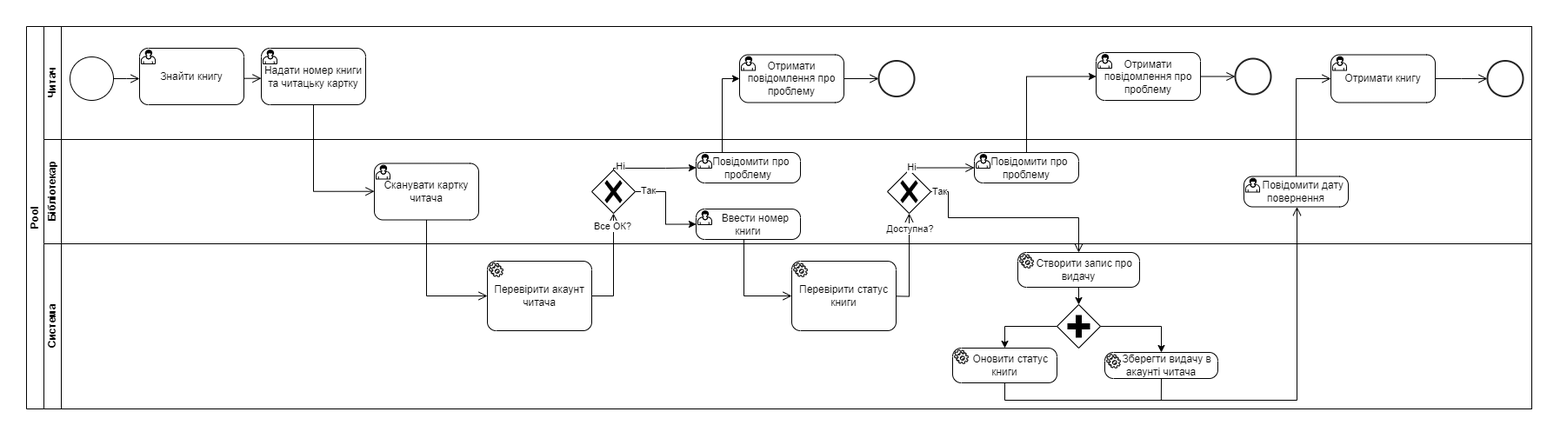
The draw.io diagram Lab4/BPMN.png in DenysP21/Labs_KPI_2, before a commit. Source tidied: cells renumbered, new cells last; positions are measured from the earlier drawing's top-left corner, leaving out a move shared by most shapes.
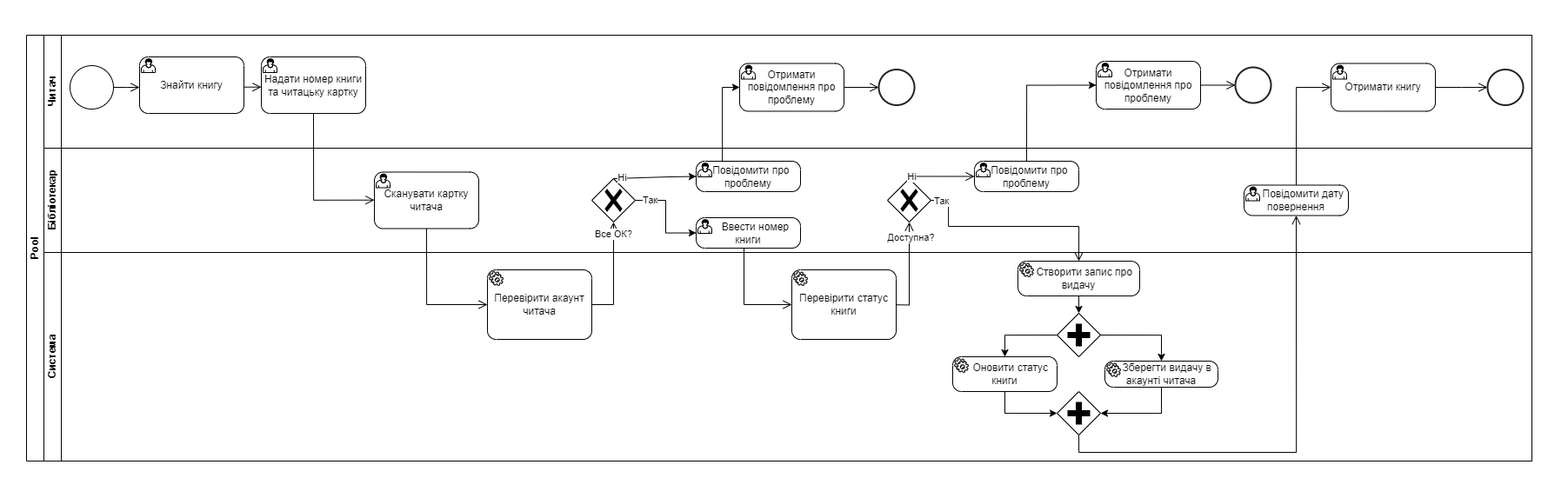
The same file after the commit.

What changed in the source:
```diff
@@ -2,40 +2,40 @@
   <root>
     <mxCell id="0" />
     <mxCell id="1" parent="0" />
-    <mxCell id="2" style="endArrow=none;html=1;rounded=0;strokeColor=#ffffff;" parent="1" edge="1">
-      <mxGeometry relative="1" as="geometry">
-        <mxPoint y="50" as="sourcePoint" />
-        <mxPoint x="50" as="targetPoint" />
-      </mxGeometry>
-    </mxCell>
-    <mxCell id="3" style="endArrow=none;html=1;rounded=0;strokeColor=#ffffff;" parent="1" edge="1">
-      <mxGeometry relative="1" as="geometry">
-        <mxPoint x="1750" y="510" as="sourcePoint" />
-        <mxPoint x="1800" y="460" as="targetPoint" />
-      </mxGeometry>
-    </mxCell>
+    <mxCell id="58" style="endArrow=none;html=1;rounded=0;strokeColor=#ffffff;" parent="1" edge="1">
+      <mxGeometry relative="1" as="geometry">
+        <mxPoint y="40" as="sourcePoint" />
+        <mxPoint x="50" y="-10" as="targetPoint" />
+      </mxGeometry>
+    </mxCell>
+    <mxCell id="59" style="endArrow=none;html=1;rounded=0;strokeColor=#ffffff;" parent="1" edge="1">
+      <mxGeometry relative="1" as="geometry">
+        <mxPoint x="1750" y="560" as="sourcePoint" />
+        <mxPoint x="1800" y="510" as="targetPoint" />
+      </mxGeometry>
+    </mxCell>
     <mxCell id="4" value="Pool" style="swimlane;horizontal=0;startSize=20;html=1;" parent="1" vertex="1">
-      <mxGeometry x="30" y="30" width="1731" height="440" as="geometry" />
+      <mxGeometry x="30" y="30" width="1731" height="490" as="geometry" />
     </mxCell>
     <mxCell id="5" value="Читач" style="swimlane;startSize=20;horizontal=0;html=1;" parent="4" vertex="1">
       <mxGeometry x="20" width="1711" height="130" as="geometry" />
     </mxCell>
-    <mxCell id="6" style="edgeStyle=orthogonalEdgeStyle;html=1;verticalAlign=bottom;endArrow=open;endSize=8;strokeColor=#000000;rounded=0;exitX=1;exitY=0.5;exitDx=0;exitDy=0;exitPerimeter=0;" parent="5" edge="1" source="10">
-      <mxGeometry relative="1" as="geometry">
-        <mxPoint x="110" y="60" as="targetPoint" />
-      </mxGeometry>
-    </mxCell>
-    <mxCell id="7" style="edgeStyle=orthogonalEdgeStyle;html=1;verticalAlign=bottom;endArrow=open;endSize=8;strokeColor=#000000;rounded=0;" parent="5" edge="1">
-      <mxGeometry relative="1" as="geometry">
-        <mxPoint x="210" y="59.7" as="sourcePoint" />
-        <mxPoint x="250" y="59.7" as="targetPoint" />
-      </mxGeometry>
-    </mxCell>
-    <mxCell id="8" style="edgeStyle=orthogonalEdgeStyle;html=1;verticalAlign=bottom;endArrow=open;endSize=8;strokeColor=#000000;rounded=0;exitX=1;exitY=0.5;exitDx=0;exitDy=0;exitPerimeter=0;" parent="5" edge="1" source="19">
-      <mxGeometry relative="1" as="geometry">
-        <mxPoint x="1660" y="60" as="targetPoint" />
-      </mxGeometry>
-    </mxCell>
+    <mxCell id="60" style="edgeStyle=orthogonalEdgeStyle;html=1;verticalAlign=bottom;endArrow=open;endSize=8;strokeColor=#000000;rounded=0;exitX=1;exitY=0.5;exitDx=0;exitDy=0;exitPerimeter=0;" parent="5" edge="1" source="10">
+      <mxGeometry relative="1" as="geometry">
+        <mxPoint x="110" y="60" as="targetPoint" />
+      </mxGeometry>
+    </mxCell>
+    <mxCell id="61" style="edgeStyle=orthogonalEdgeStyle;html=1;verticalAlign=bottom;endArrow=open;endSize=8;strokeColor=#000000;rounded=0;" parent="5" edge="1">
+      <mxGeometry relative="1" as="geometry">
+        <mxPoint x="210" y="59.7" as="sourcePoint" />
+        <mxPoint x="250" y="59.7" as="targetPoint" />
+      </mxGeometry>
+    </mxCell>
+    <mxCell id="62" style="edgeStyle=orthogonalEdgeStyle;html=1;verticalAlign=bottom;endArrow=open;endSize=8;strokeColor=#000000;rounded=0;exitX=1;exitY=0.5;exitDx=0;exitDy=0;exitPerimeter=0;" parent="5" edge="1" source="19">
+      <mxGeometry relative="1" as="geometry">
+        <mxPoint x="1660" y="60" as="targetPoint" />
+      </mxGeometry>
+    </mxCell>
     <mxCell id="9" style="edgeStyle=orthogonalEdgeStyle;html=1;verticalAlign=bottom;endArrow=open;endSize=8;strokeColor=#000000;rounded=0;entryX=0;entryY=0.5;entryDx=0;entryDy=0;entryPerimeter=0;exitX=1;exitY=0.5;exitDx=0;exitDy=0;exitPerimeter=0;" parent="5" edge="1" source="13" target="14">
       <mxGeometry relative="1" as="geometry" />
     </mxCell>
@@ -72,20 +72,20 @@
     <mxCell id="20" value="Бібліотекар" style="swimlane;startSize=20;horizontal=0;html=1;" parent="4" vertex="1">
       <mxGeometry x="20" y="130" width="1711" height="120" as="geometry" />
     </mxCell>
-    <mxCell id="21" style="edgeStyle=orthogonalEdgeStyle;html=1;verticalAlign=bottom;endArrow=open;endSize=8;strokeColor=#000000;rounded=0;exitX=0.5;exitY=1;exitDx=0;exitDy=0;exitPerimeter=0;" parent="20" edge="1" source="12">
-      <mxGeometry relative="1" as="geometry">
-        <mxPoint x="380" y="59.7" as="targetPoint" />
-        <Array as="points">
-          <mxPoint x="310" y="60" />
-        </Array>
-      </mxGeometry>
-    </mxCell>
-    <mxCell id="22" style="edgeStyle=orthogonalEdgeStyle;html=1;verticalAlign=bottom;endArrow=open;endSize=8;strokeColor=#000000;rounded=0;exitX=1;exitY=0.5;exitDx=0;exitDy=0;entryX=0.5;entryY=1;entryDx=0;entryDy=0;entryPerimeter=0;" parent="20" edge="1" target="32">
-      <mxGeometry relative="1" as="geometry">
-        <mxPoint x="960" y="180" as="sourcePoint" />
-      </mxGeometry>
-    </mxCell>
+    <mxCell id="63" style="edgeStyle=orthogonalEdgeStyle;html=1;verticalAlign=bottom;endArrow=open;endSize=8;strokeColor=#000000;rounded=0;exitX=0.5;exitY=1;exitDx=0;exitDy=0;exitPerimeter=0;" parent="20" edge="1" source="12">
+      <mxGeometry relative="1" as="geometry">
+        <mxPoint x="380" y="59.7" as="targetPoint" />
+        <Array as="points">
+          <mxPoint x="310" y="60" />
+        </Array>
+      </mxGeometry>
+    </mxCell>
+    <mxCell id="64" style="edgeStyle=orthogonalEdgeStyle;html=1;verticalAlign=bottom;endArrow=open;endSize=8;strokeColor=#000000;rounded=0;exitX=1;exitY=0.5;exitDx=0;exitDy=0;entryX=0.5;entryY=1;entryDx=0;entryDy=0;entryPerimeter=0;" parent="20" edge="1" target="32">
+      <mxGeometry relative="1" as="geometry">
+        <mxPoint x="960" y="180" as="sourcePoint" />
+      </mxGeometry>
+    </mxCell>
-    <mxCell id="23" value="Доступна?" style="edgeLabel;html=1;align=center;verticalAlign=middle;" parent="22" vertex="1">
+    <mxCell id="23" value="Доступна?" style="edgeLabel;html=1;align=center;verticalAlign=middle;" parent="64" vertex="1">
       <mxGeometry x="0.73" y="-1" relative="1" as="geometry" />
     </mxCell>
     <mxCell id="24" value="Сканувати картку читача" style="points=[[0.25,0,0],[0.5,0,0],[0.75,0,0],[1,0.25,0],[1,0.5,0],[1,0.75,0],[0.75,1,0],[0.5,1,0],[0.25,1,0],[0,0.75,0],[0,0.5,0],[0,0.25,0]];shape=mxgraph.bpmn.task;whiteSpace=wrap;rectStyle=rounded;size=10;html=1;taskMarker=user;" parent="20" vertex="1">
@@ -94,9 +94,9 @@
     <mxCell id="25" style="edgeStyle=orthogonalEdgeStyle;rounded=0;jettySize=auto;html=1;entryX=0;entryY=0.5;entryDx=0;entryDy=0;entryPerimeter=0;" parent="20" edge="1" source="27" target="28">
       <mxGeometry relative="1" as="geometry" />
     </mxCell>
-    <mxCell id="26" value="Так" style="edgeLabel;html=1;align=center;verticalAlign=middle;" parent="25" vertex="1">
-      <mxGeometry x="-0.72" y="1" relative="1" as="geometry" />
-    </mxCell>
+    <mxCell id="65" value="Так" style="edgeLabel;html=1;align=center;verticalAlign=middle;" parent="25" vertex="1">
+      <mxGeometry x="-0.72" y="1" relative="1" as="geometry" />
+    </mxCell>
     <mxCell id="27" style="points=[[0.25,0.25,0],[0.5,0,0],[0.75,0.25,0],[1,0.5,0],[0.75,0.75,0],[0.5,1,0],[0.25,0.75,0],[0,0.5,0]];shape=mxgraph.bpmn.gateway2;html=1;verticalLabelPosition=bottom;labelBackgroundColor=#ffffff;verticalAlign=top;align=center;perimeter=rhombusPerimeter;outlineConnect=0;outline=none;symbol=none;gwType=exclusive;" parent="20" vertex="1">
       <mxGeometry x="630" y="35" width="50" height="50" as="geometry" />
     </mxCell>
@@ -114,9 +114,9 @@
         </Array>
       </mxGeometry>
     </mxCell>
-    <mxCell id="31" value="Ні" style="edgeLabel;html=1;align=center;verticalAlign=middle;" parent="30" vertex="1">
-      <mxGeometry x="-0.8" y="2" relative="1" as="geometry" />
-    </mxCell>
+    <mxCell id="66" value="Ні" style="edgeLabel;html=1;align=center;verticalAlign=middle;" parent="30" vertex="1">
+      <mxGeometry x="-0.8" y="2" relative="1" as="geometry" />
+    </mxCell>
     <mxCell id="32" style="points=[[0.25,0.25,0],[0.5,0,0],[0.75,0.25,0],[1,0.5,0],[0.75,0.75,0],[0.5,1,0],[0.25,0.75,0],[0,0.5,0]];shape=mxgraph.bpmn.gateway2;html=1;verticalLabelPosition=bottom;labelBackgroundColor=#ffffff;verticalAlign=top;align=center;perimeter=rhombusPerimeter;outlineConnect=0;outline=none;symbol=none;gwType=exclusive;" parent="20" vertex="1">
       <mxGeometry x="970" y="35" width="50" height="50" as="geometry" />
     </mxCell>
@@ -130,21 +130,21 @@
         </Array>
       </mxGeometry>
     </mxCell>
-    <mxCell id="35" value="Ні" style="edgeLabel;html=1;align=center;verticalAlign=middle;" parent="34" vertex="1">
-      <mxGeometry x="-0.89" y="1" relative="1" as="geometry" />
-    </mxCell>
+    <mxCell id="67" value="Ні" style="edgeLabel;html=1;align=center;verticalAlign=middle;" parent="34" vertex="1">
+      <mxGeometry x="-0.89" y="1" relative="1" as="geometry" />
+    </mxCell>
     <mxCell id="36" value="&amp;nbsp; &amp;nbsp; &amp;nbsp;Повідомити дату повернення" style="points=[[0.25,0,0],[0.5,0,0],[0.75,0,0],[1,0.25,0],[1,0.5,0],[1,0.75,0],[0.75,1,0],[0.5,1,0],[0.25,1,0],[0,0.75,0],[0,0.5,0],[0,0.25,0]];shape=mxgraph.bpmn.task;whiteSpace=wrap;rectStyle=rounded;size=10;html=1;taskMarker=user;" parent="20" vertex="1">
       <mxGeometry x="1380" y="42.5" width="120" height="35" as="geometry" />
     </mxCell>
-    <mxCell id="37" style="edgeStyle=orthogonalEdgeStyle;html=1;verticalAlign=bottom;endArrow=open;endSize=8;strokeColor=#000000;rounded=0;entryX=0;entryY=0.5;entryDx=0;entryDy=0;exitX=0.5;exitY=1;exitDx=0;exitDy=0;exitPerimeter=0;" parent="4" edge="1" source="28">
-      <mxGeometry relative="1" as="geometry">
-        <mxPoint x="880" y="310" as="targetPoint" />
-        <Array as="points">
-          <mxPoint x="825" y="245" />
-          <mxPoint x="825" y="310" />
-        </Array>
-      </mxGeometry>
-    </mxCell>
+    <mxCell id="68" style="edgeStyle=orthogonalEdgeStyle;html=1;verticalAlign=bottom;endArrow=open;endSize=8;strokeColor=#000000;rounded=0;entryX=0;entryY=0.5;entryDx=0;entryDy=0;exitX=0.5;exitY=1;exitDx=0;exitDy=0;exitPerimeter=0;" parent="4" edge="1" source="28">
+      <mxGeometry relative="1" as="geometry">
+        <mxPoint x="880" y="310" as="targetPoint" />
+        <Array as="points">
+          <mxPoint x="825" y="245" />
+          <mxPoint x="825" y="310" />
+        </Array>
+      </mxGeometry>
+    </mxCell>
     <mxCell id="38" style="edgeStyle=orthogonalEdgeStyle;html=1;verticalAlign=bottom;endArrow=open;endSize=8;strokeColor=#000000;rounded=0;entryX=0.5;entryY=0;entryDx=0;entryDy=0;entryPerimeter=0;" parent="4" edge="1" source="32" target="49">
       <mxGeometry relative="1" as="geometry">
         <Array as="points">
@@ -154,9 +154,9 @@
         </Array>
       </mxGeometry>
     </mxCell>
-    <mxCell id="39" value="Так" style="edgeLabel;html=1;align=center;verticalAlign=middle;" parent="38" vertex="1">
-      <mxGeometry x="-0.91" relative="1" as="geometry" />
-    </mxCell>
+    <mxCell id="69" value="Так" style="edgeLabel;html=1;align=center;verticalAlign=middle;" parent="38" vertex="1">
+      <mxGeometry x="-0.91" relative="1" as="geometry" />
+    </mxCell>
     <mxCell id="40" style="edgeStyle=orthogonalEdgeStyle;html=1;verticalAlign=bottom;endArrow=open;endSize=8;strokeColor=#000000;rounded=0;exitX=0.5;exitY=0;exitDx=0;exitDy=0;entryX=0;entryY=0.5;entryDx=0;entryDy=0;entryPerimeter=0;exitPerimeter=0;" parent="4" edge="1" source="36" target="19">
       <mxGeometry relative="1" as="geometry">
         <Array as="points">
@@ -189,7 +189,7 @@
       <mxGeometry relative="1" as="geometry" />
     </mxCell>
     <mxCell id="46" value="Система" style="swimlane;startSize=20;horizontal=0;html=1;" parent="4" vertex="1">
-      <mxGeometry x="20" y="250" width="1711" height="190" as="geometry" />
+      <mxGeometry x="20" y="250" width="1711" height="240" as="geometry" />
     </mxCell>
     <mxCell id="47" value="Перевірити акаунт читача" style="points=[[0.25,0,0],[0.5,0,0],[0.75,0,0],[1,0.25,0],[1,0.5,0],[1,0.75,0],[0.75,1,0],[0.5,1,0],[0.25,1,0],[0,0.75,0],[0,0.5,0],[0,0.25,0]];shape=mxgraph.bpmn.task;whiteSpace=wrap;rectStyle=rounded;size=10;html=1;taskMarker=service;" parent="46" vertex="1">
       <mxGeometry x="510" y="20" width="120" height="80" as="geometry" />
@@ -209,11 +209,6 @@
     <mxCell id="52" value="&amp;nbsp; &amp;nbsp; Оновити статус книги" style="points=[[0.25,0,0],[0.5,0,0],[0.75,0,0],[1,0.25,0],[1,0.5,0],[1,0.75,0],[0.75,1,0],[0.5,1,0],[0.25,1,0],[0,0.75,0],[0,0.5,0],[0,0.25,0]];shape=mxgraph.bpmn.task;whiteSpace=wrap;rectStyle=rounded;size=10;html=1;taskMarker=service;" parent="46" vertex="1">
       <mxGeometry x="1045" y="120" width="120" height="40" as="geometry" />
     </mxCell>
-    <mxCell id="53" style="edgeStyle=orthogonalEdgeStyle;rounded=0;jettySize=auto;html=1;exitX=0.5;exitY=1;exitDx=0;exitDy=0;exitPerimeter=0;endArrow=none;endFill=0;" parent="46" edge="1" source="54">
-      <mxGeometry relative="1" as="geometry">
-        <mxPoint x="1284.9" y="180" as="targetPoint" />
-      </mxGeometry>
-    </mxCell>
     <mxCell id="54" value="&amp;nbsp; &amp;nbsp; Зберегти видачу в акаунті читача" style="points=[[0.25,0,0],[0.5,0,0],[0.75,0,0],[1,0.25,0],[1,0.5,0],[1,0.75,0],[0.75,1,0],[0.5,1,0],[0.25,1,0],[0,0.75,0],[0,0.5,0],[0,0.25,0]];shape=mxgraph.bpmn.task;whiteSpace=wrap;rectStyle=rounded;size=10;html=1;taskMarker=service;" parent="46" vertex="1">
       <mxGeometry x="1220" y="125" width="130" height="30" as="geometry" />
     </mxCell>
@@ -223,14 +218,22 @@
     <mxCell id="56" style="edgeStyle=orthogonalEdgeStyle;rounded=0;jettySize=auto;html=1;exitX=1;exitY=0.5;exitDx=0;exitDy=0;exitPerimeter=0;entryX=0.5;entryY=0;entryDx=0;entryDy=0;entryPerimeter=0;" parent="46" edge="1" source="50" target="54">
       <mxGeometry relative="1" as="geometry" />
     </mxCell>
-    <mxCell id="57" style="edgeStyle=orthogonalEdgeStyle;html=1;verticalAlign=bottom;endArrow=open;endSize=8;strokeColor=#000000;rounded=0;exitX=0.5;exitY=1;exitDx=0;exitDy=0;exitPerimeter=0;entryX=0.5;entryY=1;entryDx=0;entryDy=0;entryPerimeter=0;" parent="4" edge="1" source="52" target="36">
-      <mxGeometry relative="1" as="geometry">
-        <Array as="points">
-          <mxPoint x="1125" y="430" />
-          <mxPoint x="1461" y="430" />
-          <mxPoint x="1461" y="208" />
-        </Array>
-      </mxGeometry>
-    </mxCell>
+    <mxCell id="70" style="points=[[0.25,0.25,0],[0.5,0,0],[0.75,0.25,0],[1,0.5,0],[0.75,0.75,0],[0.5,1,0],[0.25,0.75,0],[0,0.5,0]];shape=mxgraph.bpmn.gateway2;html=1;verticalLabelPosition=bottom;labelBackgroundColor=#ffffff;verticalAlign=top;align=center;perimeter=rhombusPerimeter;outlineConnect=0;outline=none;symbol=none;gwType=parallel;" parent="46" vertex="1">
+      <mxGeometry x="1165" y="160" width="50" height="50" as="geometry" />
+    </mxCell>
+    <mxCell id="71" style="edgeStyle=orthogonalEdgeStyle;rounded=0;jettySize=auto;html=1;exitX=0.5;exitY=1;exitDx=0;exitDy=0;exitPerimeter=0;entryX=0;entryY=0.5;entryDx=0;entryDy=0;entryPerimeter=0;" parent="46" edge="1" source="52" target="70">
+      <mxGeometry relative="1" as="geometry" />
+    </mxCell>
+    <mxCell id="72" style="edgeStyle=orthogonalEdgeStyle;rounded=0;jettySize=auto;html=1;exitX=0.5;exitY=1;exitDx=0;exitDy=0;exitPerimeter=0;entryX=1;entryY=0.5;entryDx=0;entryDy=0;entryPerimeter=0;" parent="46" edge="1" source="54" target="70">
+      <mxGeometry relative="1" as="geometry" />
+    </mxCell>
+    <mxCell id="73" style="edgeStyle=orthogonalEdgeStyle;html=1;verticalAlign=bottom;endArrow=open;endSize=8;strokeColor=#000000;rounded=0;entryX=0.5;entryY=1;entryDx=0;entryDy=0;entryPerimeter=0;exitX=0.5;exitY=1;exitDx=0;exitDy=0;exitPerimeter=0;" parent="4" edge="1" source="70" target="36">
+      <mxGeometry relative="1" as="geometry">
+        <Array as="points">
+          <mxPoint x="1210" y="480" />
+          <mxPoint x="1460" y="480" />
+        </Array>
+      </mxGeometry>
+    </mxCell>
   </root>
 </mxGraphModel>
```
